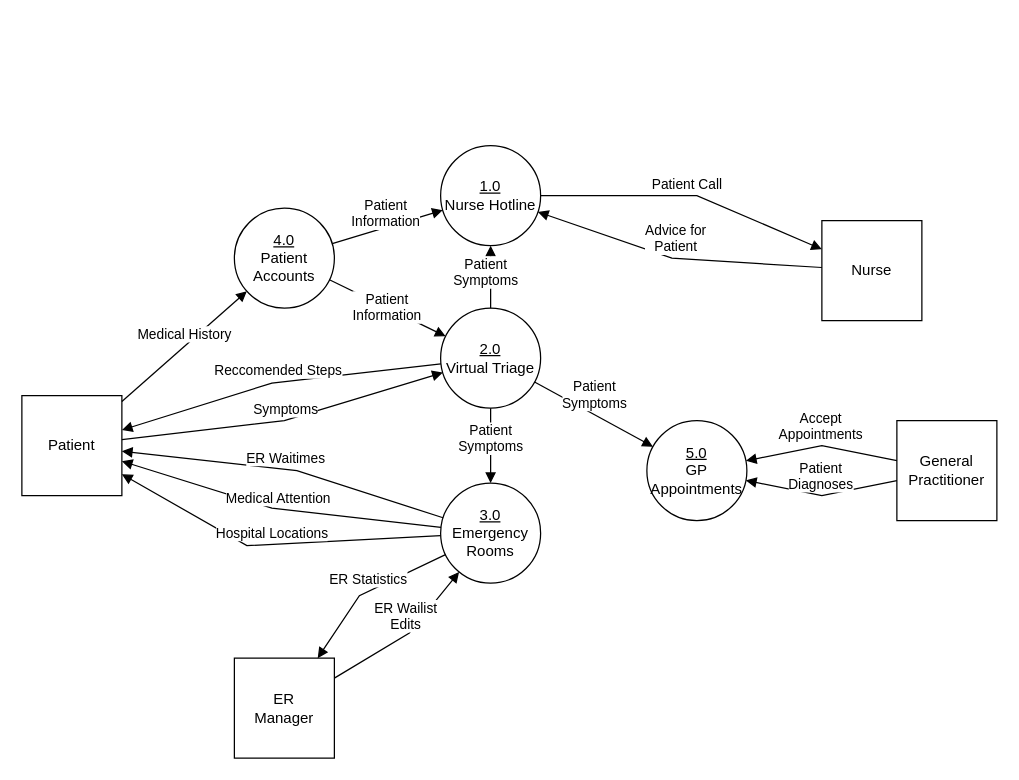
Before: OliverWork/Milestone2/DFDLevel0.drawio in SENG-350-2024-fall/Team9, a draw.io diagram. Source tidied: cells renumbered, new cells numbered last; positions are measured from the earlier drawing's top-left corner, leaving out a move shared by most shapes. Both pictures are drawn from the tidied source at 125%, with x=0, y=0 at pixel (21, 145).
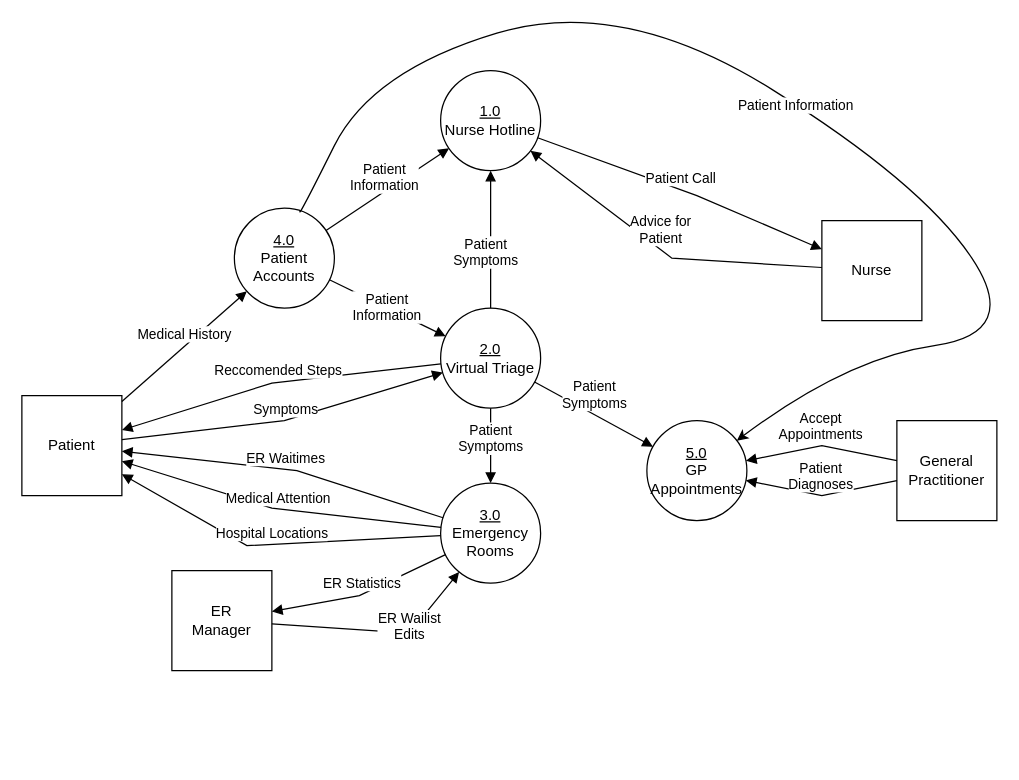
The same diagram, later.

Commit message:
Added Patient Information arrow from Patient Accounts to GP Practitioner

Unchanged cells that the change refers to:
```xml
<mxCell id="4" value="&lt;u&gt;3.0&lt;/u&gt;&lt;div&gt;Emergency Rooms&lt;/div&gt;" style="ellipse;whiteSpace=wrap;html=1;" parent="1" vertex="1">
  <mxGeometry x="335" y="270" width="80" height="80" as="geometry" />
</mxCell>
<mxCell id="5" value="&lt;u&gt;4.0&lt;/u&gt;&lt;div&gt;Patient Accounts&lt;/div&gt;" style="ellipse;whiteSpace=wrap;html=1;" parent="1" vertex="1">
  <mxGeometry x="170" y="50" width="80" height="80" as="geometry" />
</mxCell>
<mxCell id="24" value="&lt;u&gt;5.0&lt;/u&gt;&lt;div&gt;GP Appointments&lt;/div&gt;" style="ellipse;whiteSpace=wrap;html=1;" parent="1" vertex="1">
  <mxGeometry x="500" y="220" width="80" height="80" as="geometry" />
</mxCell>
```

Diff of the diagram source:
```diff
@@
     <mxCell id="2" value="&lt;u&gt;1.0&lt;/u&gt;&lt;div&gt;Nurse Hotline&lt;/div&gt;" style="ellipse;whiteSpace=wrap;html=1;" parent="1" vertex="1">
-      <mxGeometry x="335" width="80" height="80" as="geometry" />
+      <mxGeometry x="335" y="-60" width="80" height="80" as="geometry" />
     </mxCell>
@@
     <mxCell id="10" value="ER&lt;div&gt;Ma&lt;span style=&quot;background-color: initial;&quot;&gt;nager&lt;/span&gt;&lt;/div&gt;" style="whiteSpace=wrap;html=1;" parent="1" vertex="1">
-      <mxGeometry x="170" y="410" width="80" height="80" as="geometry" />
+      <mxGeometry x="120" y="340" width="80" height="80" as="geometry" />
     </mxCell>
@@
     <mxCell id="12" value="ER Wailist&lt;div&gt;Edits&lt;/div&gt;" style="html=1;verticalAlign=bottom;endArrow=block;curved=0;rounded=0;" parent="1" edge="1" source="10" target="4">
-      <mxGeometry relative="1" as="geometry">
+      <mxGeometry x="0.27" y="-10" relative="1" as="geometry">
         <Array as="points">
           <mxPoint x="310" y="390" />
         </Array>
+        <mxPoint x="-8" y="4" as="offset" />
       </mxGeometry>
     </mxCell>
@@
+    <mxCell id="28" style="curved=1;endArrow=classic;html=1;rounded=0;" parent="1" edge="1" source="5" target="24">
+      <mxGeometry relative="1" as="geometry">
+        <Array as="points">
+          <mxPoint x="220" y="60" />
+          <mxPoint x="280" y="-60" />
+          <mxPoint x="480" y="-120" />
+          <mxPoint x="720" y="30" />
+          <mxPoint x="800" y="150" />
+          <mxPoint x="660" y="170" />
+        </Array>
+      </mxGeometry>
+    </mxCell>
+    <mxCell id="29" value="Patient Information" style="edgeLabel;html=1;align=center;verticalAlign=middle;" parent="28" vertex="1">
+      <mxGeometry y="-1" relative="1" as="geometry" />
+    </mxCell>
```
